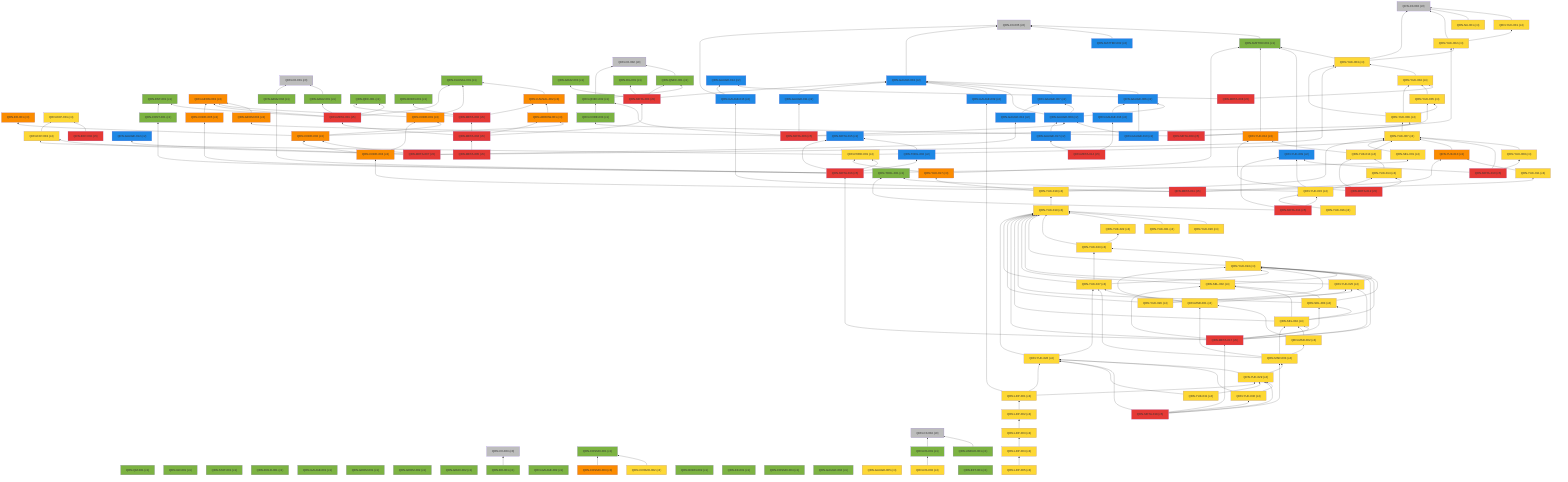
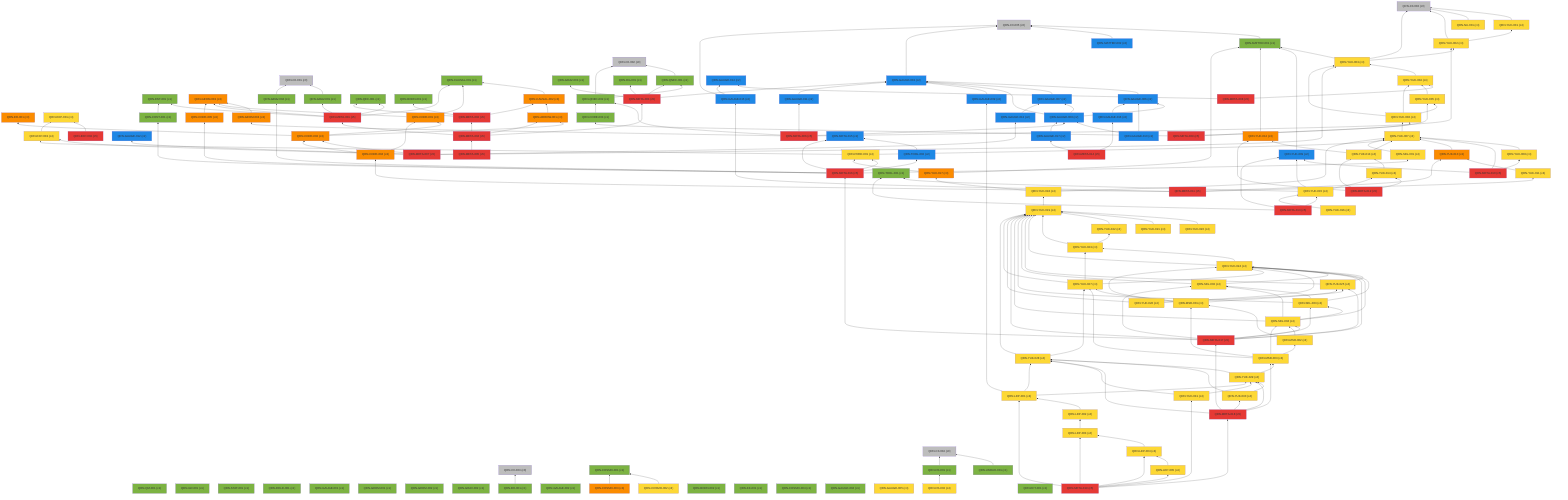
%% 自動生成 (dag/report.pl) — QRN 主張依存グラフ
graph BT
  QRN_C0_001["QRN-C0-001 (c0)"]:::c0
  QRN_C0_002["QRN-C0-002 (c0)"]:::c0
  QRN_C0_003["QRN-C0-003 (c0)"]:::c0
  QRN_C0_004["QRN-C0-004 (c0)"]:::c0
  QRN_C0_005["QRN-C0-005 (c0)"]:::c0
  QRN_C0_006["QRN-C0-006 (c0)"]:::c0
  QRN_QM_001["QRN-QM-001 (c1)"]:::c1
  QRN_GR_001["QRN-GR-001 (c1)"]:::c1
  QRN_STAT_001["QRN-STAT-001 (c1)"]:::c1
  QRN_FIELD_001["QRN-FIELD-001 (c1)"]:::c1
  QRN_GAUGE_001["QRN-GAUGE-001 (c1)"]:::c1
  QRN_ENT_001["QRN-ENT-001 (c1)"]:::c1
  QRN_GEOM_001["QRN-GEOM-001 (c1)"]:::c1
  QRN_GEOM_002["QRN-GEOM-002 (c1)"]:::c1
  QRN_GEOM_003["QRN-GEOM-003 (c3)"]:::c3
  QRN_GRAV_001["QRN-GRAV-001 (c1)"]:::c1
  QRN_GRAV_002["QRN-GRAV-002 (c1)"]:::c1
  QRN_BH_001["QRN-BH-001 (c1)"]:::c1
  QRN_CAUSAL_001["QRN-CAUSAL-001 (c1)"]:::c1
  QRN_CAUSAL_002["QRN-CAUSAL-002 (c3)"]:::c3
  QRN_ER_001["QRN-ER-001 (c3)"]:::c3
  QRN_QEC_001["QRN-QEC-001 (c1)"]:::c1
  QRN_GAUGE_002["QRN-GAUGE-002 (c1)"]:::c1
  QRN_COSMO_001["QRN-COSMO-001 (c1)"]:::c1
  QRN_COSMO_002["QRN-COSMO-002 (c4)"]:::c4
  QRN_COSMO_003["QRN-COSMO-003 (c3)"]:::c3
  QRN_BORN_001["QRN-BORN-001 (c1)"]:::c1
  QRN_BORN_002["QRN-BORN-002 (c1)"]:::c1
  QRN_GRAV_003["QRN-GRAV-003 (c1)"]:::c1
  QRN_KK_001["QRN-KK-001 (c1)"]:::c1
  QRN_MATTER_001["QRN-MATTER-001 (c1)"]:::c1
  QRN_MATTER_002["QRN-MATTER-002 (c2)"]:::c2
  QRN_COSMO_004["QRN-COSMO-004 (c1)"]:::c1
  QRN_EXP_001["QRN-EXP-001 (c4)"]:::c4
  QRN_GAUGE_003["QRN-GAUGE-003 (c2)"]:::c2
  QRN_GAUGE_004["QRN-GAUGE-004 (c1)"]:::c1
  QRN_GAUGE_005["QRN-GAUGE-005 (c4)"]:::c4
  QRN_YUK_001["QRN-YUK-001 (c4)"]:::c4
  QRN_RG_001["QRN-RG-001 (c1)"]:::c1
  QRN_UNRUH_001["QRN-UNRUH-001 (c1)"]:::c1
  QRN_QNEC_001["QRN-QNEC-001 (c1)"]:::c1
  QRN_NU_001["QRN-NU-001 (c4)"]:::c4
  QRN_GAUGE_006["QRN-GAUGE-006 (c2)"]:::c2
  QRN_DS_001["QRN-DS-001 (c1)"]:::c1
  QRN_DS_002["QRN-DS-002 (c4)"]:::c4
  QRN_ARROW_001["QRN-ARROW-001 (c3)"]:::c3
  QRN_GAUGE_007["QRN-GAUGE-007 (c2)"]:::c2
  QRN_EFT_001["QRN-EFT-001 (c1)"]:::c1
  QRN_GAUGE_008["QRN-GAUGE-008 (c2)"]:::c2
  QRN_GAUGE_009["QRN-GAUGE-009 (c2)"]:::c2
  QRN_GAUGE_010["QRN-GAUGE-010 (c2)"]:::c2
  QRN_QNEC_002["QRN-QNEC-002 (c1)"]:::c1
  QRN_GEOM_004["QRN-GEOM-004 (c3)"]:::c3
  QRN_YUK_002["QRN-YUK-002 (c4)"]:::c4
  QRN_EXP_002["QRN-EXP-002 (c5)"]:::c5
  QRN_CORE_001["QRN-CORE-001 (c3)"]:::c3
  QRN_GAUGE_011["QRN-GAUGE-011 (c2)"]:::c2
  QRN_GAUGE_012["QRN-GAUGE-012 (c2)"]:::c2
  QRN_YUK_003["QRN-YUK-003 (c4)"]:::c4
  QRN_EXP_003["QRN-EXP-003 (c4)"]:::c4
  QRN_CORE_002["QRN-CORE-002 (c3)"]:::c3
  QRN_GAUGE_013["QRN-GAUGE-013 (c2)"]:::c2
  QRN_YUK_004["QRN-YUK-004 (c4)"]:::c4
  QRN_GAUGE_014["QRN-GAUGE-014 (c2)"]:::c2
  QRN_META_001["QRN-META-001 (c5)"]:::c5
  QRN_META_002["QRN-META-002 (c5)"]:::c5
  QRN_META_003["QRN-META-003 (c5)"]:::c5
  QRN_META_004["QRN-META-004 (c5)"]:::c5
  QRN_META_005["QRN-META-005 (c5)"]:::c5
  QRN_META_006["QRN-META-006 (c5)"]:::c5
  QRN_META_007["QRN-META-007 (c5)"]:::c5
  QRN_META_008["QRN-META-008 (c5)"]:::c5
  QRN_YUK_005["QRN-YUK-005 (c4)"]:::c4
  QRN_YUK_006["QRN-YUK-006 (c4)"]:::c4
  QRN_CORE_003["QRN-CORE-003 (c1)"]:::c1
  QRN_META_009["QRN-META-009 (c5)"]:::c5
  QRN_YUK_007["QRN-YUK-007 (c4)"]:::c4
  QRN_YUK_008["QRN-YUK-008 (c4)"]:::c4
  QRN_YUK_009["QRN-YUK-009 (c2)"]:::c2
  QRN_META_010["QRN-META-010 (c5)"]:::c5
  QRN_GAUGE_015["QRN-GAUGE-015 (c2)"]:::c2
  QRN_YUK_010["QRN-YUK-010 (c3)"]:::c3
  QRN_YUK_011["QRN-YUK-011 (c4)"]:::c4
  QRN_CORE_004["QRN-CORE-004 (c3)"]:::c3
  QRN_META_011["QRN-META-011 (c5)"]:::c5
  QRN_YUK_012["QRN-YUK-012 (c3)"]:::c3
  QRN_YUK_013["QRN-YUK-013 (c4)"]:::c4
  QRN_YUK_014["QRN-YUK-014 (c4)"]:::c4
  QRN_META_012["QRN-META-012 (c5)"]:::c5
  QRN_TOOL_001["QRN-TOOL-001 (c1)"]:::c1
  QRN_YUK_015["QRN-YUK-015 (c4)"]:::c4
  QRN_META_013["QRN-META-013 (c5)"]:::c5
  QRN_GAUGE_016["QRN-GAUGE-016 (c2)"]:::c2
  QRN_GAUGE_017["QRN-GAUGE-017 (c2)"]:::c2
  QRN_META_014["QRN-META-014 (c5)"]:::c5
  QRN_META_015["QRN-META-015 (c2)"]:::c2
  QRN_TOOL_002["QRN-TOOL-002 (c2)"]:::c2
  QRN_CORE_005["QRN-CORE-005 (c3)"]:::c3
  QRN_CONT_001["QRN-CONT-001 (c1)"]:::c1
  QRN_SEL_001["QRN-SEL-001 (c4)"]:::c4
  QRN_GRAV_004["QRN-GRAV-004 (c1)"]:::c1
  QRN_PRED_001["QRN-PRED-001 (c4)"]:::c4
  QRN_META_016["QRN-META-016 (c5)"]:::c5
  QRN_YUK_016["QRN-YUK-016 (c4)"]:::c4
  QRN_YUK_017["QRN-YUK-017 (c3)"]:::c3
  QRN_YUK_018["QRN-YUK-018 (c4)"]:::c4
  QRN_YUK_019["QRN-YUK-019 (c4)"]:::c4
  QRN_YUK_020["QRN-YUK-020 (c4)"]:::c4
  QRN_YUK_021["QRN-YUK-021 (c4)"]:::c4
  QRN_YUK_022["QRN-YUK-022 (c4)"]:::c4
  QRN_YUK_023["QRN-YUK-023 (c4)"]:::c4
  QRN_YUK_024["QRN-YUK-024 (c4)"]:::c4
  QRN_YUK_025["QRN-YUK-025 (c4)"]:::c4
  QRN_SEL_002["QRN-SEL-002 (c4)"]:::c4
  QRN_SEL_003["QRN-SEL-003 (c4)"]:::c4
  QRN_SEL_004["QRN-SEL-004 (c4)"]:::c4
  QRN_META_017["QRN-META-017 (c5)"]:::c5
  QRN_YUK_026["QRN-YUK-026 (c4)"]:::c4
  QRN_YUK_027["QRN-YUK-027 (c4)"]:::c4
  QRN_MSR_001["QRN-MSR-001 (c4)"]:::c4
  QRN_MSR_002["QRN-MSR-002 (c4)"]:::c4
  QRN_MSR_003["QRN-MSR-003 (c4)"]:::c4
  QRN_YUK_028["QRN-YUK-028 (c4)"]:::c4
  QRN_YUK_029["QRN-YUK-029 (c4)"]:::c4
  QRN_YUK_030["QRN-YUK-030 (c4)"]:::c4
  QRN_META_018["QRN-META-018 (c5)"]:::c5
  QRN_YUK_031["QRN-YUK-031 (c4)"]:::c4
  QRN_LEP_001["QRN-LEP-001 (c4)"]:::c4
  QRN_LEP_002["QRN-LEP-002 (c4)"]:::c4
  QRN_LEP_003["QRN-LEP-003 (c4)"]:::c4
  QRN_LEP_004["QRN-LEP-004 (c4)"]:::c4
  QRN_LEP_005["QRN-LEP-005 (c4)"]:::c4
+   QRN_META_019["QRN-META-019 (c5)"]:::c5
  QRN_GRAV_001 --> QRN_C0_001
  QRN_BH_001 --> QRN_C0_003
  QRN_CAUSAL_002 --> QRN_CAUSAL_001
  QRN_COSMO_002 --> QRN_COSMO_001
  QRN_COSMO_003 --> QRN_COSMO_001
  QRN_MATTER_001 --> QRN_C0_005
  QRN_MATTER_002 --> QRN_C0_005
  QRN_GAUGE_003 --> QRN_C0_005
  QRN_YUK_001 --> QRN_C0_006
  QRN_UNRUH_001 --> QRN_C0_004
  QRN_QNEC_001 --> QRN_C0_002
  QRN_NU_001 --> QRN_C0_006
  QRN_GAUGE_006 --> QRN_GAUGE_003
  QRN_DS_001 --> QRN_C0_004
  QRN_DS_002 --> QRN_DS_001
  QRN_ARROW_001 --> QRN_CAUSAL_002
  QRN_GAUGE_007 --> QRN_GAUGE_003
  QRN_GAUGE_008 --> QRN_GAUGE_003
  QRN_GAUGE_008 --> QRN_GAUGE_006
  QRN_GAUGE_008 --> QRN_GAUGE_007
  QRN_GAUGE_009 --> QRN_GAUGE_003
  QRN_GAUGE_010 --> QRN_GAUGE_006
  QRN_GAUGE_010 --> QRN_GAUGE_008
  QRN_QNEC_002 --> QRN_C0_002
  QRN_QNEC_002 --> QRN_QNEC_001
  QRN_GEOM_004 --> QRN_GEOM_003
  QRN_YUK_002 --> QRN_C0_006
  QRN_YUK_002 --> QRN_YUK_001
  QRN_EXP_002 --> QRN_EXP_001
  QRN_CORE_001 --> QRN_GEOM_003
  QRN_CORE_001 --> QRN_CAUSAL_001
  QRN_GAUGE_011 --> QRN_GAUGE_003
  QRN_YUK_003 --> QRN_C0_006
  QRN_YUK_003 --> QRN_MATTER_001
  QRN_YUK_003 --> QRN_YUK_002
  QRN_EXP_003 --> QRN_EXP_001
  QRN_CORE_002 --> QRN_CORE_001
  QRN_CORE_002 --> QRN_ER_001
  QRN_CORE_002 --> QRN_ARROW_001
  QRN_GAUGE_013 --> QRN_GAUGE_007
  QRN_YUK_004 --> QRN_YUK_003
  QRN_META_001 --> QRN_GEOM_003
  QRN_META_001 --> QRN_GRAV_001
  QRN_META_001 --> QRN_CAUSAL_001
  QRN_META_001 --> QRN_QEC_001
  QRN_META_001 --> QRN_ENT_001
  QRN_META_002 --> QRN_QEC_001
  QRN_META_002 --> QRN_BORN_001
  QRN_META_002 --> QRN_CAUSAL_002
  QRN_META_003 --> QRN_GAUGE_003
  QRN_META_003 --> QRN_RG_001
  QRN_META_003 --> QRN_QNEC_001
  QRN_META_003 --> QRN_GRAV_003
  QRN_META_004 --> QRN_META_001
  QRN_META_004 --> QRN_META_002
  QRN_META_004 --> QRN_META_003
  QRN_META_004 --> QRN_ARROW_001
  QRN_META_005 --> QRN_META_004
  QRN_META_006 --> QRN_GAUGE_008
  QRN_META_006 --> QRN_QNEC_002
  QRN_META_006 --> QRN_GEOM_004
  QRN_META_006 --> QRN_YUK_002
  QRN_META_006 --> QRN_GAUGE_011
  QRN_META_007 --> QRN_GAUGE_012
  QRN_META_007 --> QRN_YUK_003
  QRN_META_007 --> QRN_EXP_003
  QRN_META_007 --> QRN_CORE_002
  QRN_META_007 --> QRN_GAUGE_013
  QRN_META_008 --> QRN_YUK_004
  QRN_META_008 --> QRN_GAUGE_014
  QRN_YUK_005 --> QRN_YUK_004
  QRN_YUK_006 --> QRN_YUK_003
  QRN_YUK_006 --> QRN_YUK_004
  QRN_YUK_006 --> QRN_YUK_005
  QRN_CORE_003 --> QRN_QNEC_002
  QRN_META_009 --> QRN_YUK_005
  QRN_META_009 --> QRN_YUK_006
  QRN_META_009 --> QRN_CORE_003
  QRN_YUK_007 --> QRN_YUK_006
  QRN_YUK_008 --> QRN_YUK_007
  QRN_YUK_009 --> QRN_MATTER_001
  QRN_META_010 --> QRN_YUK_007
  QRN_META_010 --> QRN_YUK_008
  QRN_META_010 --> QRN_YUK_009
  QRN_GAUGE_015 --> QRN_C0_005
  QRN_GAUGE_015 --> QRN_GAUGE_014
  QRN_YUK_010 --> QRN_YUK_007
  QRN_YUK_011 --> QRN_YUK_010
  QRN_CORE_004 --> QRN_CORE_001
  QRN_CORE_004 --> QRN_CORE_002
  QRN_META_011 --> QRN_GAUGE_015
  QRN_META_011 --> QRN_YUK_010
  QRN_META_011 --> QRN_YUK_011
  QRN_META_011 --> QRN_CORE_004
  QRN_YUK_012 --> QRN_MATTER_001
  QRN_YUK_013 --> QRN_YUK_012
  QRN_YUK_013 --> QRN_YUK_007
  QRN_YUK_014 --> QRN_YUK_013
  QRN_META_012 --> QRN_YUK_012
  QRN_META_012 --> QRN_YUK_013
  QRN_META_012 --> QRN_YUK_014
  QRN_YUK_015 --> QRN_YUK_014
  QRN_YUK_015 --> QRN_TOOL_001
  QRN_YUK_015 --> QRN_YUK_009
  QRN_META_013 --> QRN_YUK_015
  QRN_META_013 --> QRN_TOOL_001
  QRN_META_013 --> QRN_YUK_009
  QRN_GAUGE_016 --> QRN_GAUGE_006
  QRN_GAUGE_017 --> QRN_GAUGE_008
  QRN_META_014 --> QRN_GAUGE_016
  QRN_META_014 --> QRN_GAUGE_017
  QRN_TOOL_002 --> QRN_META_015
  QRN_CORE_005 --> QRN_GEOM_003
  QRN_CONT_001 --> QRN_ENT_001
  QRN_SEL_001 --> QRN_YUK_007
  QRN_GRAV_004 --> QRN_C0_001
  QRN_PRED_001 --> QRN_YUK_007
  QRN_PRED_001 --> QRN_EXP_003
  QRN_META_016 --> QRN_META_015
  QRN_META_016 --> QRN_TOOL_002
  QRN_META_016 --> QRN_CORE_005
  QRN_META_016 --> QRN_CONT_001
  QRN_META_016 --> QRN_SEL_001
  QRN_META_016 --> QRN_GRAV_004
  QRN_META_016 --> QRN_PRED_001
  QRN_YUK_016 --> QRN_YUK_015
  QRN_YUK_017 --> QRN_MATTER_001
  QRN_YUK_017 --> QRN_PRED_001
  QRN_YUK_018 --> QRN_YUK_017
  QRN_YUK_018 --> QRN_YUK_007
  QRN_YUK_019 --> QRN_YUK_018
  QRN_YUK_020 --> QRN_YUK_019
  QRN_YUK_021 --> QRN_YUK_019
  QRN_YUK_022 --> QRN_YUK_019
  QRN_YUK_023 --> QRN_YUK_019
  QRN_YUK_023 --> QRN_YUK_022
  QRN_YUK_024 --> QRN_YUK_019
  QRN_YUK_024 --> QRN_YUK_023
  QRN_YUK_025 --> QRN_YUK_019
  QRN_YUK_025 --> QRN_YUK_024
  QRN_SEL_002 --> QRN_YUK_019
  QRN_SEL_002 --> QRN_YUK_024
  QRN_SEL_003 --> QRN_YUK_019
  QRN_SEL_003 --> QRN_YUK_024
  QRN_SEL_003 --> QRN_SEL_002
  QRN_SEL_004 --> QRN_YUK_019
  QRN_SEL_004 --> QRN_YUK_024
  QRN_SEL_004 --> QRN_SEL_002
  QRN_SEL_004 --> QRN_SEL_003
  QRN_META_017 --> QRN_META_016
  QRN_META_017 --> QRN_YUK_019
  QRN_META_017 --> QRN_YUK_024
  QRN_META_017 --> QRN_YUK_025
  QRN_META_017 --> QRN_SEL_002
  QRN_META_017 --> QRN_SEL_003
  QRN_META_017 --> QRN_SEL_004
  QRN_YUK_026 --> QRN_YUK_019
  QRN_YUK_026 --> QRN_YUK_024
  QRN_YUK_026 --> QRN_YUK_025
  QRN_YUK_027 --> QRN_YUK_019
  QRN_YUK_027 --> QRN_YUK_023
  QRN_YUK_027 --> QRN_YUK_024
  QRN_MSR_001 --> QRN_YUK_024
  QRN_MSR_001 --> QRN_YUK_025
  QRN_MSR_001 --> QRN_YUK_027
  QRN_MSR_002 --> QRN_SEL_004
  QRN_MSR_002 --> QRN_MSR_001
  QRN_MSR_003 --> QRN_MSR_001
  QRN_MSR_003 --> QRN_MSR_002
  QRN_MSR_003 --> QRN_SEL_004
  QRN_MSR_003 --> QRN_YUK_027
  QRN_YUK_028 --> QRN_YUK_019
  QRN_YUK_028 --> QRN_YUK_027
  QRN_YUK_029 --> QRN_YUK_028
  QRN_YUK_029 --> QRN_MSR_003
  QRN_YUK_030 --> QRN_YUK_028
  QRN_YUK_030 --> QRN_YUK_029
  QRN_META_018 --> QRN_META_017
  QRN_META_018 --> QRN_MSR_003
  QRN_META_018 --> QRN_YUK_028
  QRN_META_018 --> QRN_YUK_029
  QRN_META_018 --> QRN_YUK_030
  QRN_YUK_031 --> QRN_YUK_028
  QRN_YUK_031 --> QRN_YUK_029
  QRN_LEP_001 --> QRN_YUK_028
  QRN_LEP_001 --> QRN_YUK_029
  QRN_LEP_001 --> QRN_GAUGE_009
  QRN_LEP_002 --> QRN_LEP_001
  QRN_LEP_003 --> QRN_LEP_002
  QRN_LEP_004 --> QRN_LEP_003
  QRN_LEP_005 --> QRN_LEP_004
+   QRN_META_019 --> QRN_META_018
+   QRN_META_019 --> QRN_YUK_031
+   QRN_META_019 --> QRN_LEP_001
+   QRN_META_019 --> QRN_LEP_003
+   QRN_META_019 --> QRN_LEP_004
+   QRN_META_019 --> QRN_LEP_005
  classDef c0 fill:#bdbdbd
  classDef c1 fill:#7cb342
  classDef c2 fill:#1e88e5
  classDef c3 fill:#fb8c00
  classDef c4 fill:#fdd835
  classDef c5 fill:#e53935
